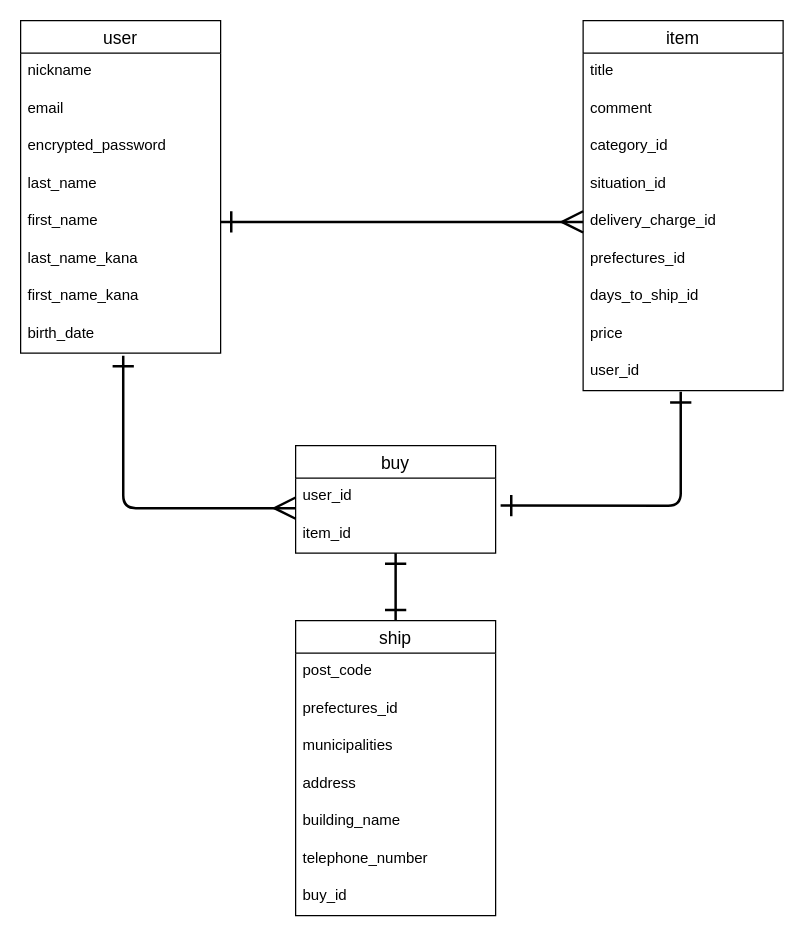
murakami-m/furima-37299 keeps this draw.io diagram as test.dio. Above is the earlier version. Source tidied: cells renumbered, new cells numbered last; positions are measured from the earlier drawing's top-left corner, leaving out a move shared by most shapes. Both pictures are drawn from the tidied source at 125%, with x=0, y=0 at pixel (20, 20).
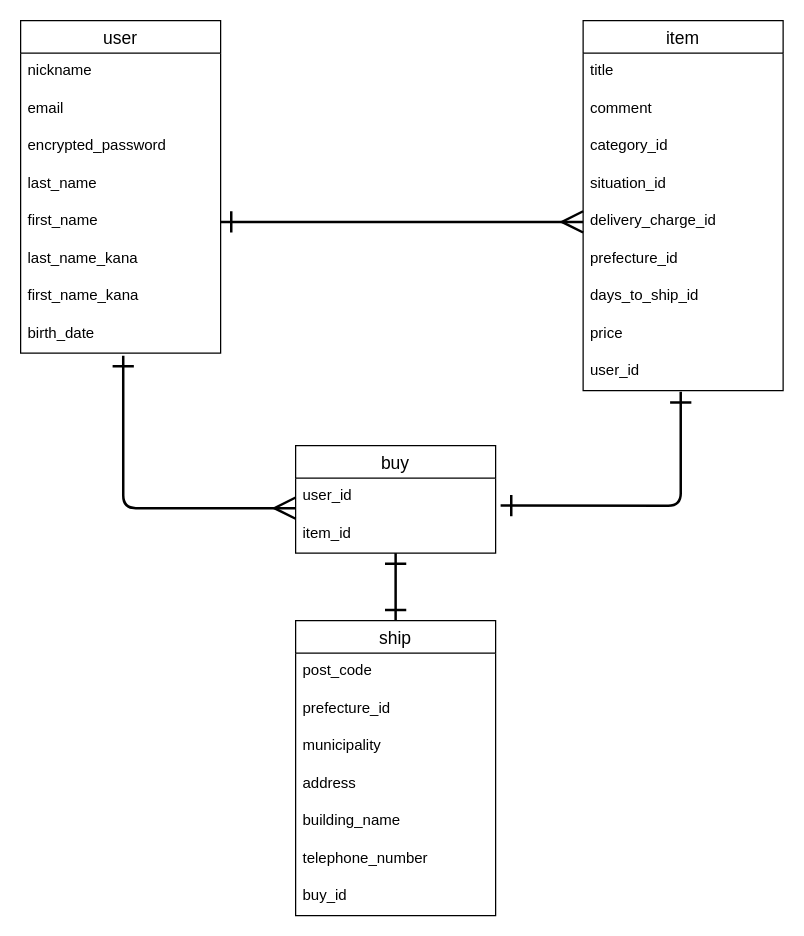
Above is the later version.

Commit message (it also covers changes not shown here):
README及びER図の修正

The change refers to these unchanged cells:
```xml
<mxCell id="11" value="item" style="swimlane;fontStyle=0;horizontal=1;startSize=26;align=center;fontSize=14;" parent="1" vertex="1">
  <mxGeometry x="450" width="160" height="296" as="geometry" />
</mxCell>
<mxCell id="24" value="ship" style="swimlane;fontStyle=0;horizontal=1;startSize=26;align=center;fontSize=14;" parent="1" vertex="1">
  <mxGeometry x="220" y="480" width="160" height="236" as="geometry" />
</mxCell>
```

What changed in the source:
```diff
@@
-    <mxCell id="17" value="prefectures_id     " style="text;strokeColor=none;fillColor=none;spacingLeft=4;spacingRight=4;overflow=hidden;fontSize=12;" parent="11" vertex="1">
+    <mxCell id="17" value="prefecture_id     " style="text;strokeColor=none;fillColor=none;spacingLeft=4;spacingRight=4;overflow=hidden;fontSize=12;" parent="11" vertex="1">
       <mxGeometry y="176" width="160" height="30" as="geometry" />
     </mxCell>
@@
-    <mxCell id="26" value="prefectures_id" style="text;strokeColor=none;fillColor=none;spacingLeft=4;spacingRight=4;overflow=hidden;fontSize=12;" parent="24" vertex="1">
+    <mxCell id="26" value="prefecture_id" style="text;strokeColor=none;fillColor=none;spacingLeft=4;spacingRight=4;overflow=hidden;fontSize=12;" parent="24" vertex="1">
       <mxGeometry y="56" width="160" height="30" as="geometry" />
     </mxCell>
-    <mxCell id="27" value="municipalities" style="text;strokeColor=none;fillColor=none;spacingLeft=4;spacingRight=4;overflow=hidden;fontSize=12;" parent="24" vertex="1">
+    <mxCell id="27" value="municipality" style="text;strokeColor=none;fillColor=none;spacingLeft=4;spacingRight=4;overflow=hidden;fontSize=12;" parent="24" vertex="1">
       <mxGeometry y="86" width="160" height="30" as="geometry" />
     </mxCell>
```
